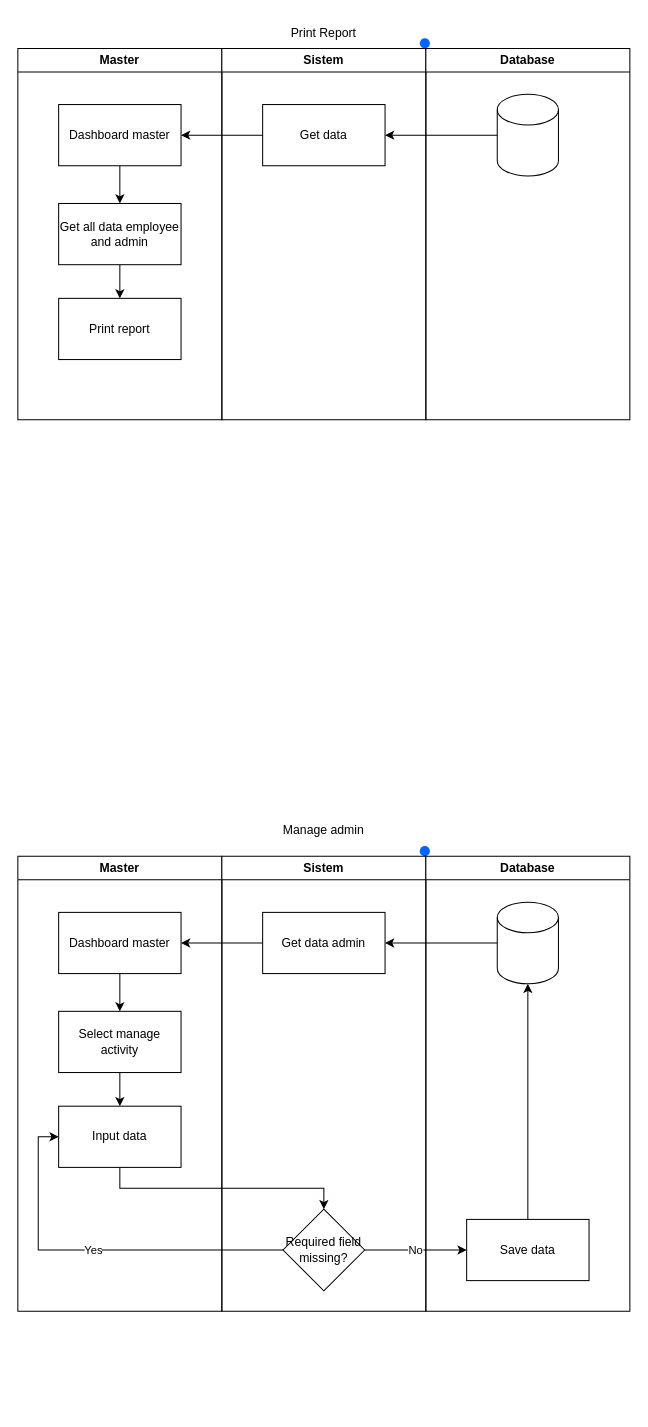
Earlier version of the draw.io diagram page "Master/Manager" (2 of 4) of activityDiagram.drawio (dzikfr/aplikasi-absensi-baharkam-2024). Source tidied: cells renumbered, new cells numbered last; positions are measured from the earlier drawing's top-left corner, leaving out a move shared by most shapes. Both pictures are drawn from the tidied source at 102%, with x=0, y=0 at pixel (17, 17).
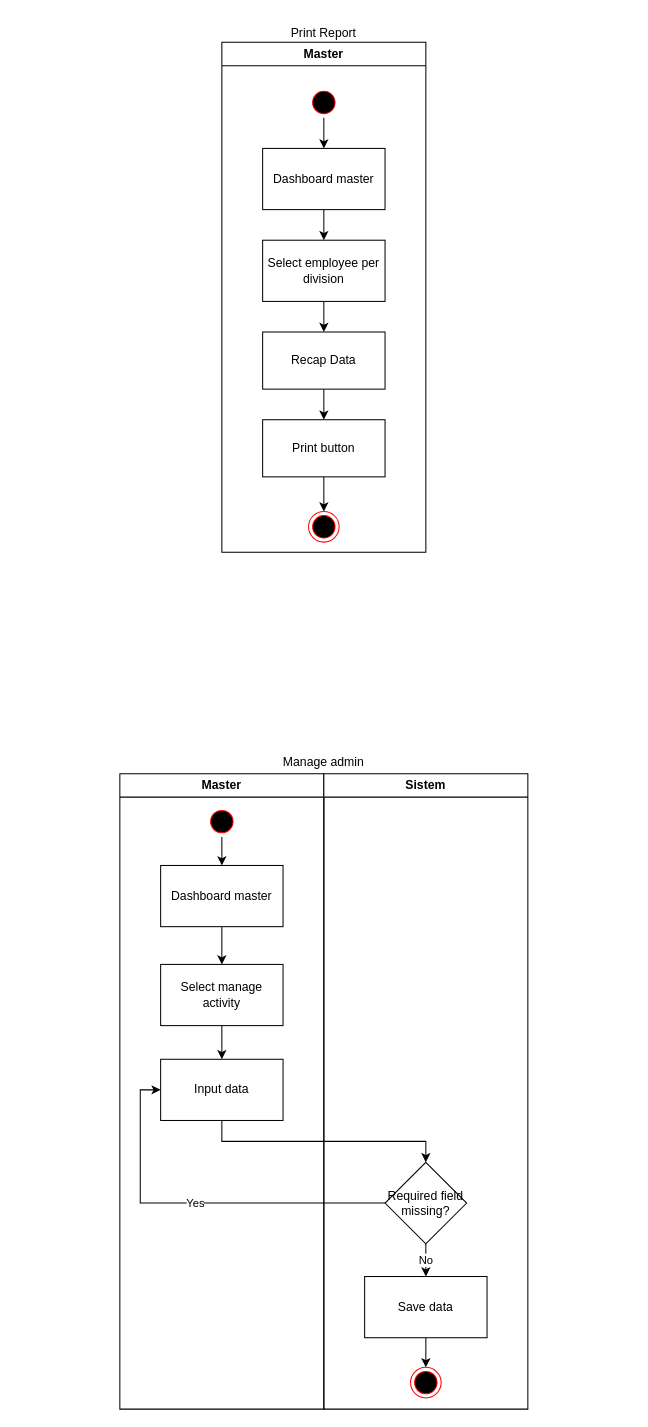
Above is the later version.

Change to the diagram source:
```diff
@@
-    <mxCell id="2" style="rounded=0;jettySize=auto;html=1;entryX=0.5;entryY=0;entryDx=0;entryDy=0;" parent="1" edge="1" target="6">
-      <mxGeometry relative="1" as="geometry">
-        <mxPoint x="100" y="119" as="sourcePoint" />
-      </mxGeometry>
-    </mxCell>
-    <mxCell id="3" style="shape=ellipse;fillColor=#0065FF;strokeColor=none;html=1;sketch=0;" parent="1" vertex="1">
-      <mxGeometry x="394" y="20" width="10" height="10" as="geometry" />
-    </mxCell>
     <mxCell id="4" value="Master" style="swimlane;whiteSpace=wrap;html=1;startSize=23;" parent="1" vertex="1">
-      <mxGeometry y="30" width="200" height="364" as="geometry" />
+      <mxGeometry x="200" y="24" width="200" height="500" as="geometry" />
     </mxCell>
-    <mxCell id="5" style="edgeStyle=orthogonalEdgeStyle;rounded=0;jettySize=auto;html=1;exitX=0.5;exitY=1;exitDx=0;exitDy=0;entryX=0.5;entryY=0;entryDx=0;entryDy=0;" parent="4" edge="1" source="6" target="8">
-      <mxGeometry relative="1" as="geometry" />
-    </mxCell>
+    <mxCell id="38" style="edgeStyle=orthogonalEdgeStyle;rounded=0;jettySize=auto;html=1;exitX=0.5;exitY=1;exitDx=0;exitDy=0;entryX=0.5;entryY=0;entryDx=0;entryDy=0;" parent="4" edge="1" source="39" target="6">
+      <mxGeometry relative="1" as="geometry" />
+    </mxCell>
+    <mxCell id="39" style="ellipse;html=1;shape=startState;fillColor=#000000;strokeColor=#ff0000;" parent="4" vertex="1">
+      <mxGeometry x="85" y="44" width="30" height="30" as="geometry" />
+    </mxCell>
+    <mxCell id="40" style="edgeStyle=orthogonalEdgeStyle;rounded=0;jettySize=auto;html=1;exitX=0.5;exitY=1;exitDx=0;exitDy=0;entryX=0.5;entryY=0;entryDx=0;entryDy=0;" parent="4" edge="1" source="6" target="42">
+      <mxGeometry relative="1" as="geometry" />
+    </mxCell>
     <mxCell id="6" value="Dashboard master" style="rounded=0;whiteSpace=wrap;html=1;" parent="4" vertex="1">
-      <mxGeometry x="40" y="55" width="120" height="60" as="geometry" />
+      <mxGeometry x="40" y="104" width="120" height="60" as="geometry" />
     </mxCell>
-    <mxCell id="7" style="edgeStyle=orthogonalEdgeStyle;rounded=0;jettySize=auto;html=1;exitX=0.5;exitY=1;exitDx=0;exitDy=0;entryX=0.5;entryY=0;entryDx=0;entryDy=0;" parent="4" edge="1" source="8" target="9">
-      <mxGeometry relative="1" as="geometry" />
-    </mxCell>
-    <mxCell id="8" value="Get all data employee and admin" style="rounded=0;whiteSpace=wrap;html=1;" parent="4" vertex="1">
-      <mxGeometry x="40" y="152" width="120" height="60" as="geometry" />
-    </mxCell>
-    <mxCell id="9" value="Print report" style="rounded=0;whiteSpace=wrap;html=1;" parent="4" vertex="1">
-      <mxGeometry x="40" y="245" width="120" height="60" as="geometry" />
-    </mxCell>
-    <mxCell id="10" value="Sistem" style="swimlane;whiteSpace=wrap;html=1;startSize=23;" parent="1" vertex="1">
-      <mxGeometry x="200" y="30" width="200" height="364" as="geometry" />
-    </mxCell>
-    <mxCell id="11" value="Get data" style="rounded=0;whiteSpace=wrap;html=1;" parent="10" vertex="1">
-      <mxGeometry x="40" y="55" width="120" height="60" as="geometry" />
-    </mxCell>
-    <mxCell id="12" value="Database" style="swimlane;whiteSpace=wrap;html=1;startSize=23;" parent="1" vertex="1">
-      <mxGeometry x="400" y="30" width="200" height="364" as="geometry" />
-    </mxCell>
-    <mxCell id="13" style="shape=cylinder3;whiteSpace=wrap;html=1;boundedLbl=1;backgroundOutline=1;size=15;" parent="12" vertex="1">
-      <mxGeometry x="70" y="45" width="60" height="80" as="geometry" />
-    </mxCell>
-    <mxCell id="14" style="edgeStyle=orthogonalEdgeStyle;rounded=0;jettySize=auto;html=1;exitX=0;exitY=0.5;exitDx=0;exitDy=0;entryX=1;entryY=0.5;entryDx=0;entryDy=0;" parent="1" edge="1" source="11" target="6">
-      <mxGeometry relative="1" as="geometry" />
-    </mxCell>
-    <mxCell id="15" style="edgeStyle=orthogonalEdgeStyle;rounded=0;jettySize=auto;html=1;exitX=0;exitY=0.5;exitDx=0;exitDy=0;exitPerimeter=0;" parent="1" edge="1" source="13" target="11">
-      <mxGeometry relative="1" as="geometry" />
-    </mxCell>
+    <mxCell id="41" style="edgeStyle=orthogonalEdgeStyle;rounded=0;jettySize=auto;html=1;exitX=0.5;exitY=1;exitDx=0;exitDy=0;entryX=0.5;entryY=0;entryDx=0;entryDy=0;" parent="4" edge="1" source="42" target="44">
+      <mxGeometry relative="1" as="geometry" />
+    </mxCell>
+    <mxCell id="42" value="Select employee per division" style="rounded=0;whiteSpace=wrap;html=1;" parent="4" vertex="1">
+      <mxGeometry x="40" y="194" width="120" height="60" as="geometry" />
+    </mxCell>
+    <mxCell id="43" style="edgeStyle=orthogonalEdgeStyle;rounded=0;jettySize=auto;html=1;exitX=0.5;exitY=1;exitDx=0;exitDy=0;entryX=0.5;entryY=0;entryDx=0;entryDy=0;" parent="4" edge="1" source="44" target="46">
+      <mxGeometry relative="1" as="geometry" />
+    </mxCell>
+    <mxCell id="44" value="Recap Data" style="rounded=0;whiteSpace=wrap;html=1;" parent="4" vertex="1">
+      <mxGeometry x="40" y="284" width="120" height="56" as="geometry" />
+    </mxCell>
+    <mxCell id="45" style="edgeStyle=orthogonalEdgeStyle;rounded=0;jettySize=auto;html=1;exitX=0.5;exitY=1;exitDx=0;exitDy=0;entryX=0.5;entryY=0;entryDx=0;entryDy=0;" parent="4" edge="1" source="46" target="47">
+      <mxGeometry relative="1" as="geometry" />
+    </mxCell>
+    <mxCell id="46" value="Print button" style="rounded=0;whiteSpace=wrap;html=1;" parent="4" vertex="1">
+      <mxGeometry x="40" y="370" width="120" height="56" as="geometry" />
+    </mxCell>
+    <mxCell id="47" style="ellipse;html=1;shape=endState;fillColor=#000000;strokeColor=#ff0000;" parent="4" vertex="1">
+      <mxGeometry x="85" y="460" width="30" height="30" as="geometry" />
+    </mxCell>
     <mxCell id="16" style="rounded=0;jettySize=auto;html=1;entryX=0.5;entryY=0;entryDx=0;entryDy=0;" parent="1" edge="1" target="20">
       <mxGeometry relative="1" as="geometry">
-        <mxPoint x="100" y="911" as="sourcePoint" />
+        <mxPoint x="200" y="865" as="sourcePoint" />
       </mxGeometry>
     </mxCell>
-    <mxCell id="17" style="shape=ellipse;fillColor=#0065FF;strokeColor=none;html=1;sketch=0;" parent="1" vertex="1">
-      <mxGeometry x="394" y="812" width="10" height="10" as="geometry" />
-    </mxCell>
     <mxCell id="18" value="Master" style="swimlane;whiteSpace=wrap;html=1;startSize=23;" parent="1" vertex="1">
-      <mxGeometry y="822" width="200" height="446" as="geometry" />
+      <mxGeometry x="100" y="741" width="200" height="623" as="geometry" />
     </mxCell>
@@
     <mxCell id="20" value="Dashboard master" style="rounded=0;whiteSpace=wrap;html=1;" parent="18" vertex="1">
-      <mxGeometry x="40" y="55" width="120" height="60" as="geometry" />
+      <mxGeometry x="40" y="90" width="120" height="60" as="geometry" />
     </mxCell>
@@
     <mxCell id="22" value="Select manage activity" style="rounded=0;whiteSpace=wrap;html=1;" parent="18" vertex="1">
-      <mxGeometry x="40" y="152" width="120" height="60" as="geometry" />
+      <mxGeometry x="40" y="187" width="120" height="60" as="geometry" />
     </mxCell>
     <mxCell id="23" value="Input data" style="rounded=0;whiteSpace=wrap;html=1;" parent="18" vertex="1">
-      <mxGeometry x="40" y="245" width="120" height="60" as="geometry" />
+      <mxGeometry x="40" y="280" width="120" height="60" as="geometry" />
     </mxCell>
+    <mxCell id="48" style="edgeStyle=orthogonalEdgeStyle;rounded=0;jettySize=auto;html=1;exitX=0.5;exitY=1;exitDx=0;exitDy=0;entryX=0.5;entryY=0;entryDx=0;entryDy=0;" parent="18" edge="1" source="49" target="20">
+      <mxGeometry relative="1" as="geometry" />
+    </mxCell>
+    <mxCell id="49" style="ellipse;html=1;shape=startState;fillColor=#000000;strokeColor=#ff0000;" parent="18" vertex="1">
+      <mxGeometry x="85" y="32" width="30" height="30" as="geometry" />
+    </mxCell>
     <mxCell id="24" value="Sistem" style="swimlane;whiteSpace=wrap;html=1;startSize=23;" parent="1" vertex="1">
-      <mxGeometry x="200" y="822" width="200" height="446" as="geometry" />
+      <mxGeometry x="300" y="741" width="200" height="623" as="geometry" />
     </mxCell>
-    <mxCell id="25" value="Get data admin" style="rounded=0;whiteSpace=wrap;html=1;" parent="24" vertex="1">
-      <mxGeometry x="40" y="55" width="120" height="60" as="geometry" />
-    </mxCell>
+    <mxCell id="36" value="No" style="edgeStyle=orthogonalEdgeStyle;rounded=0;jettySize=auto;html=1;exitX=0.5;exitY=1;exitDx=0;exitDy=0;entryX=0.5;entryY=0;entryDx=0;entryDy=0;" parent="24" edge="1" source="26" target="29">
+      <mxGeometry relative="1" as="geometry" />
+    </mxCell>
     <mxCell id="26" value="Required field missing?" style="rhombus;whiteSpace=wrap;html=1;" parent="24" vertex="1">
-      <mxGeometry x="60" y="346" width="80" height="80" as="geometry" />
+      <mxGeometry x="60" y="381" width="80" height="80" as="geometry" />
     </mxCell>
-    <mxCell id="27" value="Database" style="swimlane;whiteSpace=wrap;html=1;startSize=23;" parent="1" vertex="1">
-      <mxGeometry x="400" y="822" width="200" height="446" as="geometry" />
-    </mxCell>
-    <mxCell id="28" style="shape=cylinder3;whiteSpace=wrap;html=1;boundedLbl=1;backgroundOutline=1;size=15;" parent="27" vertex="1">
-      <mxGeometry x="70" y="45" width="60" height="80" as="geometry" />
-    </mxCell>
+    <mxCell id="50" style="edgeStyle=orthogonalEdgeStyle;rounded=0;jettySize=auto;html=1;exitX=0.5;exitY=1;exitDx=0;exitDy=0;entryX=0.5;entryY=0;entryDx=0;entryDy=0;" parent="24" edge="1" source="29" target="51">
+      <mxGeometry relative="1" as="geometry" />
+    </mxCell>
-    <mxCell id="29" value="Save data" style="rounded=0;whiteSpace=wrap;html=1;" parent="27" vertex="1">
-      <mxGeometry x="40" y="356" width="120" height="60" as="geometry" />
+    <mxCell id="29" value="Save data" style="rounded=0;whiteSpace=wrap;html=1;" parent="24" vertex="1">
+      <mxGeometry x="40" y="493" width="120" height="60" as="geometry" />
     </mxCell>
-    <mxCell id="30" style="edgeStyle=orthogonalEdgeStyle;rounded=0;jettySize=auto;html=1;exitX=0.5;exitY=0;exitDx=0;exitDy=0;entryX=0.5;entryY=1;entryDx=0;entryDy=0;entryPerimeter=0;" parent="27" edge="1" source="29" target="28">
-      <mxGeometry relative="1" as="geometry" />
-    </mxCell>
-    <mxCell id="31" style="edgeStyle=orthogonalEdgeStyle;rounded=0;jettySize=auto;html=1;exitX=0;exitY=0.5;exitDx=0;exitDy=0;entryX=1;entryY=0.5;entryDx=0;entryDy=0;" parent="1" edge="1" source="25" target="20">
-      <mxGeometry relative="1" as="geometry" />
-    </mxCell>
-    <mxCell id="32" style="edgeStyle=orthogonalEdgeStyle;rounded=0;jettySize=auto;html=1;exitX=0;exitY=0.5;exitDx=0;exitDy=0;exitPerimeter=0;" parent="1" edge="1" source="28" target="25">
-      <mxGeometry relative="1" as="geometry" />
-    </mxCell>
+    <mxCell id="51" style="ellipse;html=1;shape=endState;fillColor=#000000;strokeColor=#ff0000;" parent="24" vertex="1">
+      <mxGeometry x="85" y="582" width="30" height="30" as="geometry" />
+    </mxCell>
@@
     <mxCell id="34" value="Manage admin" style="text;html=1;align=center;verticalAlign=middle;whiteSpace=wrap;rounded=0;" parent="1" vertex="1">
-      <mxGeometry x="250" y="782" width="100" height="30" as="geometry" />
+      <mxGeometry x="250" y="715" width="100" height="30" as="geometry" />
     </mxCell>
@@
-    <mxCell id="36" value="No" style="edgeStyle=orthogonalEdgeStyle;rounded=0;jettySize=auto;html=1;exitX=1;exitY=0.5;exitDx=0;exitDy=0;entryX=0;entryY=0.5;entryDx=0;entryDy=0;" parent="1" edge="1" source="26" target="29">
-      <mxGeometry relative="1" as="geometry" />
-    </mxCell>
```
